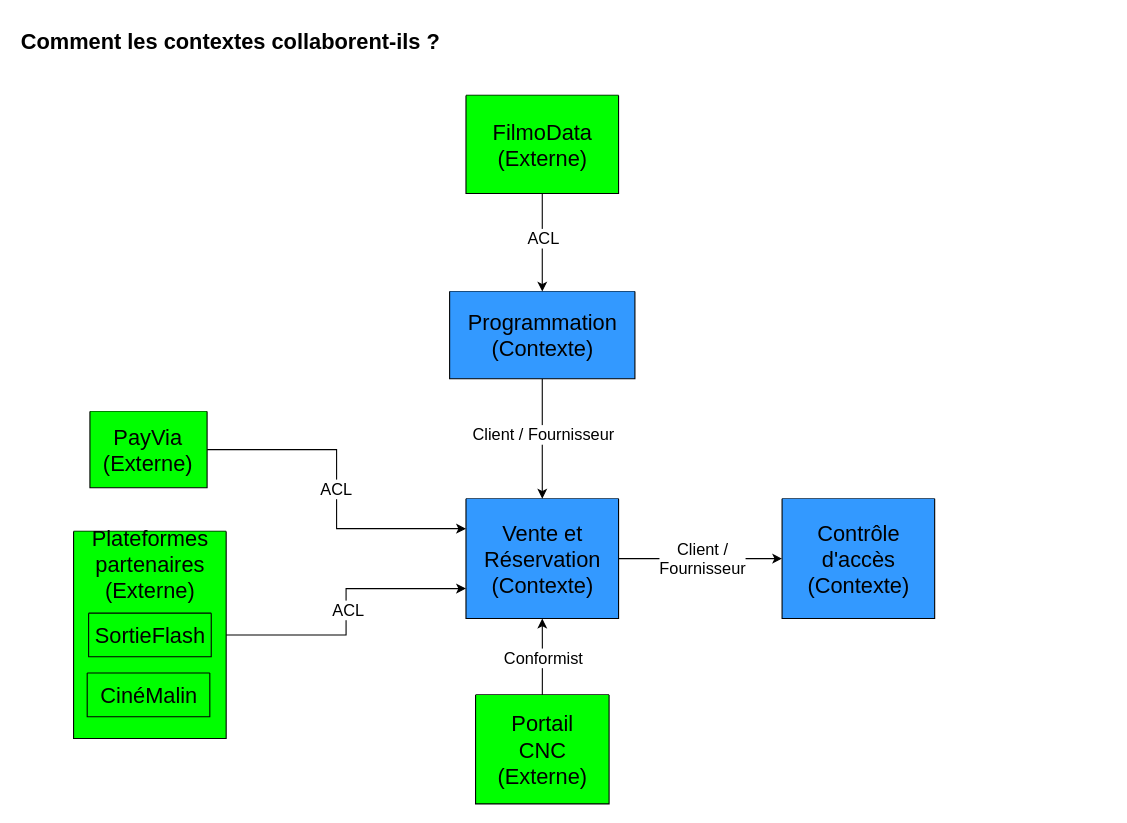
The draw.io diagram docs/diagrammes/2-context-map.drawio in Lucie005/ecrans-villeneuve-equipe1, before the edit. Source tidied: cells renumbered, new cells numbered last; positions are measured from the earlier drawing's top-left corner, leaving out a move shared by most shapes. Both pictures are drawn from the tidied source at 109%, with x=0, y=0 at pixel (19, 19).
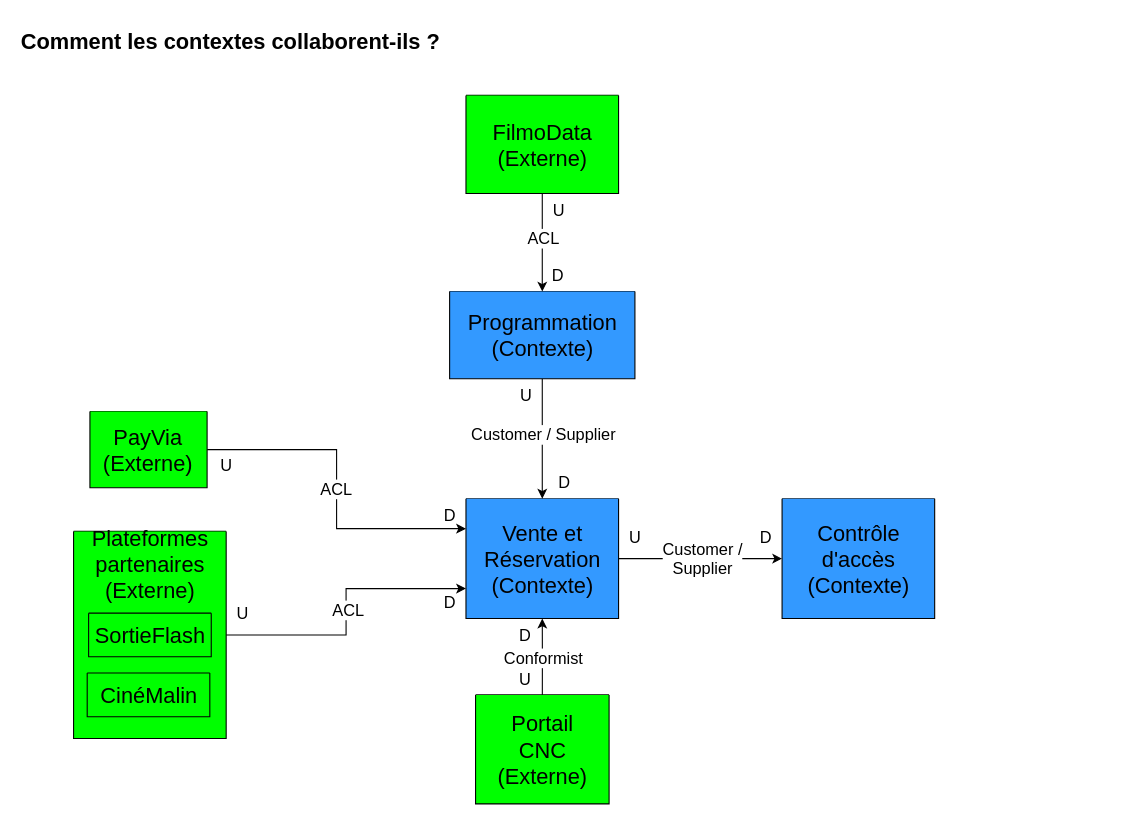
After the change.

The change refers to these unchanged cells:
```xml
<mxCell id="3" style="edgeStyle=orthogonalEdgeStyle;rounded=0;jettySize=auto;html=1;exitX=1;exitY=0.5;exitDx=0;exitDy=0;entryX=0;entryY=0.5;entryDx=0;entryDy=0;" parent="1" edge="1" source="5" target="7">
  <mxGeometry relative="1" as="geometry" />
</mxCell>
<mxCell id="25" style="edgeStyle=orthogonalEdgeStyle;rounded=0;jettySize=auto;html=1;entryX=0.5;entryY=0;entryDx=0;entryDy=0;" parent="1" edge="1" source="27" target="5">
  <mxGeometry relative="1" as="geometry" />
</mxCell>
```

Diff of the diagram source:
```diff
@@
-    <mxCell id="4" value="&lt;font style=&quot;font-size: 15px;&quot;&gt;Client / &lt;br&gt;Fournisseur&lt;/font&gt;" style="edgeLabel;html=1;align=center;verticalAlign=middle;" parent="3" vertex="1">
+    <mxCell id="4" value="&lt;font style=&quot;font-size: 15px;&quot;&gt;Customer / &lt;br&gt;Supplier&lt;/font&gt;" style="edgeLabel;html=1;align=center;verticalAlign=middle;" parent="3" vertex="1">
       <mxGeometry x="0.01" y="1" relative="1" as="geometry" />
     </mxCell>
@@
-    <mxCell id="26" value="&lt;font style=&quot;font-size: 15px;&quot;&gt;Client / Fournisseur&lt;/font&gt;" style="edgeLabel;html=1;align=center;verticalAlign=middle;" parent="25" vertex="1">
+    <mxCell id="26" value="&lt;font style=&quot;font-size: 15px;&quot;&gt;Customer / Supplier&lt;/font&gt;" style="edgeLabel;html=1;align=center;verticalAlign=middle;" parent="25" vertex="1">
       <mxGeometry y="1" relative="1" as="geometry">
         <mxPoint x="-1" y="-5" as="offset" />
       </mxGeometry>
     </mxCell>
@@
+    <mxCell id="33" value="&lt;font style=&quot;font-size: 15px;&quot;&gt;U&lt;/font&gt;" style="text;html=1;align=center;verticalAlign=middle;strokeColor=none;fillColor=none;" parent="1" vertex="1">
+      <mxGeometry x="448.8" y="590" width="30" height="30" as="geometry" />
+    </mxCell>
+    <mxCell id="34" value="&lt;font style=&quot;font-size: 15px;&quot;&gt;D&lt;/font&gt;" style="text;html=1;align=center;verticalAlign=middle;strokeColor=none;fillColor=none;" parent="1" vertex="1">
+      <mxGeometry x="448.8" y="550" width="30" height="30" as="geometry" />
+    </mxCell>
+    <mxCell id="35" value="&lt;font style=&quot;font-size: 15px;&quot;&gt;U&lt;/font&gt;" style="text;html=1;align=center;verticalAlign=middle;strokeColor=none;fillColor=none;" parent="1" vertex="1">
+      <mxGeometry x="480" y="160" width="30" height="30" as="geometry" />
+    </mxCell>
+    <mxCell id="36" value="&lt;font style=&quot;font-size: 15px;&quot;&gt;U&lt;/font&gt;" style="text;html=1;align=center;verticalAlign=middle;strokeColor=none;fillColor=none;" parent="1" vertex="1">
+      <mxGeometry x="450" y="330" width="30" height="30" as="geometry" />
+    </mxCell>
+    <mxCell id="37" value="&lt;font style=&quot;font-size: 15px;&quot;&gt;U&lt;/font&gt;" style="text;html=1;align=center;verticalAlign=middle;strokeColor=none;fillColor=none;" parent="1" vertex="1">
+      <mxGeometry x="550" y="460" width="30" height="30" as="geometry" />
+    </mxCell>
+    <mxCell id="38" value="&lt;font style=&quot;font-size: 15px;&quot;&gt;U&lt;/font&gt;" style="text;html=1;align=center;verticalAlign=middle;strokeColor=none;fillColor=none;" parent="1" vertex="1">
+      <mxGeometry x="190" y="530" width="30" height="30" as="geometry" />
+    </mxCell>
+    <mxCell id="39" value="&lt;font style=&quot;font-size: 15px;&quot;&gt;U&lt;/font&gt;" style="text;html=1;align=center;verticalAlign=middle;strokeColor=none;fillColor=none;" parent="1" vertex="1">
+      <mxGeometry x="175" y="394" width="30" height="30" as="geometry" />
+    </mxCell>
+    <mxCell id="40" value="&lt;font style=&quot;font-size: 15px;&quot;&gt;D&lt;/font&gt;" style="text;html=1;align=center;verticalAlign=middle;strokeColor=none;fillColor=none;" parent="1" vertex="1">
+      <mxGeometry x="380" y="440" width="30" height="30" as="geometry" />
+    </mxCell>
+    <mxCell id="41" value="&lt;font style=&quot;font-size: 15px;&quot;&gt;D&lt;/font&gt;" style="text;html=1;align=center;verticalAlign=middle;strokeColor=none;fillColor=none;" parent="1" vertex="1">
+      <mxGeometry x="380" y="520" width="30" height="30" as="geometry" />
+    </mxCell>
+    <mxCell id="42" value="&lt;font style=&quot;font-size: 15px;&quot;&gt;D&lt;/font&gt;" style="text;html=1;align=center;verticalAlign=middle;strokeColor=none;fillColor=none;" parent="1" vertex="1">
+      <mxGeometry x="670" y="460" width="30" height="30" as="geometry" />
+    </mxCell>
+    <mxCell id="43" value="&lt;font style=&quot;font-size: 15px;&quot;&gt;D&lt;/font&gt;" style="text;html=1;align=center;verticalAlign=middle;strokeColor=none;fillColor=none;" parent="1" vertex="1">
+      <mxGeometry x="485" y="410" width="30" height="30" as="geometry" />
+    </mxCell>
+    <mxCell id="44" value="&lt;font style=&quot;font-size: 15px;&quot;&gt;D&lt;/font&gt;" style="text;html=1;align=center;verticalAlign=middle;strokeColor=none;fillColor=none;" parent="1" vertex="1">
+      <mxGeometry x="478.8" y="220" width="30" height="30" as="geometry" />
+    </mxCell>
```
